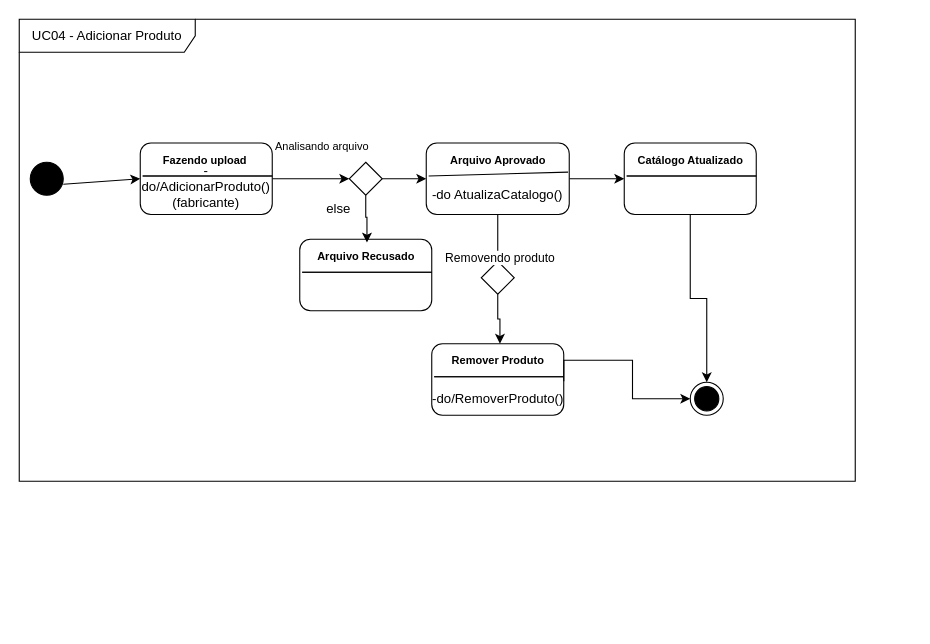
Before: DiagramaEstadoAdicionarProduto.drawio in PedroAP2/Projeto-EngenhariaDaComputacao, a draw.io diagram. Source tidied: cells renumbered, new cells numbered last; positions are measured from the earlier drawing's top-left corner, leaving out a move shared by most shapes. Both pictures are drawn from the tidied source at 110%, with x=0, y=0 at pixel (19, 19).
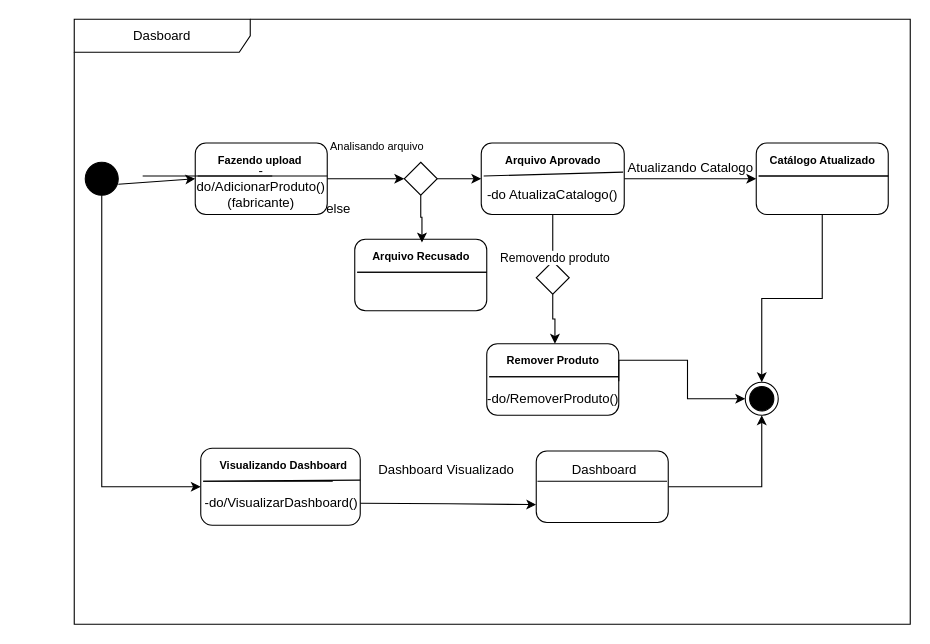
After the change.

Unchanged cells that the change refers to:
```xml
<mxCell id="3" style="ellipse;fillColor=strokeColor;html=1;" parent="2" vertex="1">
  <mxGeometry x="10" y="130" width="30" height="30" as="geometry" />
</mxCell>
<mxCell id="4" style="ellipse;html=1;shape=endState;fillColor=strokeColor;" parent="2" vertex="1">
  <mxGeometry x="610" y="330" width="30" height="30" as="geometry" />
</mxCell>
```

Diff of the diagram source:
```diff
@@
-    <mxCell id="2" value="UC04 - Adicionar Produto" style="shape=umlFrame;whiteSpace=wrap;html=1;width=160;" parent="1" vertex="1">
-      <mxGeometry width="760" height="420" as="geometry" />
+    <mxCell id="2" value="Dasboard" style="shape=umlFrame;whiteSpace=wrap;html=1;width=160;" parent="1" vertex="1">
+      <mxGeometry x="50" width="760" height="550" as="geometry" />
     </mxCell>
+    <mxCell id="38" style="edgeStyle=orthogonalEdgeStyle;rounded=0;jettySize=auto;html=1;exitX=0.5;exitY=1;exitDx=0;exitDy=0;entryX=0;entryY=0.5;entryDx=0;entryDy=0;" parent="2" edge="1" source="3" target="39">
+      <mxGeometry relative="1" as="geometry" />
+    </mxCell>
@@
     <mxCell id="23" style="rounded=1;whiteSpace=wrap;html=1;" parent="2" vertex="1">
-      <mxGeometry x="550" y="112.5" width="120" height="65" as="geometry" />
+      <mxGeometry x="620" y="112.5" width="120" height="65" as="geometry" />
     </mxCell>
     <mxCell id="24" style="endArrow=none;html=1;rounded=0;entryX=0.992;entryY=0.329;entryDx=0;entryDy=0;entryPerimeter=0;exitX=0.01;exitY=0.329;exitDx=0;exitDy=0;exitPerimeter=0;" parent="2" edge="1">
       <mxGeometry relative="1" as="geometry">
-        <mxPoint x="552.2" y="142.5" as="sourcePoint" />
-        <mxPoint x="670" y="142.5" as="targetPoint" />
+        <mxPoint x="622.2" y="142.5" as="sourcePoint" />
+        <mxPoint x="740" y="142.5" as="targetPoint" />
       </mxGeometry>
     </mxCell>
     <mxCell id="25" value="&lt;span style=&quot;font-size: 10px;&quot;&gt;&lt;b&gt;Catálogo Atualizado&lt;br&gt;&lt;/b&gt;&lt;/span&gt;" style="text;html=1;align=center;verticalAlign=middle;strokeColor=none;fillColor=none;" parent="2" vertex="1">
-      <mxGeometry x="550" y="112.5" width="120" height="30" as="geometry" />
+      <mxGeometry x="620" y="112.5" width="120" height="30" as="geometry" />
     </mxCell>
     <mxCell id="26" style="endArrow=none;html=1;rounded=0;entryX=0.992;entryY=0.329;entryDx=0;entryDy=0;entryPerimeter=0;exitX=0.01;exitY=0.329;exitDx=0;exitDy=0;exitPerimeter=0;" parent="2" edge="1">
       <mxGeometry relative="1" as="geometry">
-        <mxPoint x="552.2" y="142.5" as="sourcePoint" />
-        <mxPoint x="670" y="142.5" as="targetPoint" />
+        <mxPoint x="622.2" y="142.5" as="sourcePoint" />
+        <mxPoint x="740" y="142.5" as="targetPoint" />
       </mxGeometry>
     </mxCell>
@@
+    <mxCell id="39" style="rounded=1;whiteSpace=wrap;html=1;" parent="2" vertex="1">
+      <mxGeometry x="115" y="390" width="145" height="70" as="geometry" />
+    </mxCell>
+    <mxCell id="40" style="endArrow=none;html=1;rounded=0;entryX=0.992;entryY=0.329;entryDx=0;entryDy=0;entryPerimeter=0;exitX=0.01;exitY=0.329;exitDx=0;exitDy=0;exitPerimeter=0;" parent="2" edge="1">
+      <mxGeometry relative="1" as="geometry">
+        <mxPoint x="117.2" y="420" as="sourcePoint" />
+        <mxPoint x="235" y="420" as="targetPoint" />
+      </mxGeometry>
+    </mxCell>
+    <mxCell id="41" value="&lt;span style=&quot;font-size: 10px;&quot;&gt;&lt;b&gt;Visualizando Dashboard&lt;br&gt;&lt;/b&gt;&lt;/span&gt;" style="text;html=1;align=center;verticalAlign=middle;strokeColor=none;fillColor=none;" parent="2" vertex="1">
+      <mxGeometry x="120" y="390" width="140" height="30" as="geometry" />
+    </mxCell>
+    <mxCell id="42" style="endArrow=none;html=1;rounded=0;entryX=1;entryY=0.414;entryDx=0;entryDy=0;entryPerimeter=0;exitX=0.01;exitY=0.329;exitDx=0;exitDy=0;exitPerimeter=0;" parent="2" edge="1" target="39">
+      <mxGeometry relative="1" as="geometry">
+        <mxPoint x="117.2" y="420" as="sourcePoint" />
+      </mxGeometry>
+    </mxCell>
+    <mxCell id="43" style="edgeStyle=orthogonalEdgeStyle;rounded=0;jettySize=auto;html=1;entryX=0.5;entryY=1;entryDx=0;entryDy=0;" parent="2" edge="1" source="44" target="4">
+      <mxGeometry relative="1" as="geometry" />
+    </mxCell>
+    <mxCell id="44" style="rounded=1;whiteSpace=wrap;html=1;" parent="2" vertex="1">
+      <mxGeometry x="420" y="392.5" width="120" height="65" as="geometry" />
+    </mxCell>
+    <mxCell id="45" style="endArrow=none;html=1;rounded=0;entryX=0.992;entryY=0.329;entryDx=0;entryDy=0;entryPerimeter=0;exitX=0.01;exitY=0.329;exitDx=0;exitDy=0;exitPerimeter=0;" parent="2" edge="1">
+      <mxGeometry relative="1" as="geometry">
+        <mxPoint x="421.1" y="420" as="sourcePoint" />
+        <mxPoint x="538.9" y="420" as="targetPoint" />
+      </mxGeometry>
+    </mxCell>
+    <mxCell id="46" style="edgeStyle=orthogonalEdgeStyle;rounded=0;jettySize=auto;html=1;entryX=0;entryY=0.75;entryDx=0;entryDy=0;" parent="2" edge="1" target="44">
+      <mxGeometry relative="1" as="geometry">
+        <mxPoint x="260" y="440" as="sourcePoint" />
+      </mxGeometry>
+    </mxCell>
+    <mxCell id="47" value="-do/VisualizarDashboard()" style="text;html=1;align=center;verticalAlign=middle;strokeColor=none;fillColor=none;" parent="2" vertex="1">
+      <mxGeometry x="107.5" y="425" width="160" height="30" as="geometry" />
+    </mxCell>
+    <mxCell id="48" value="Dashboard Visualizado" style="text;html=1;align=center;verticalAlign=middle;strokeColor=none;fillColor=none;" parent="2" vertex="1">
+      <mxGeometry x="262.5" y="395" width="150" height="30" as="geometry" />
+    </mxCell>
+    <mxCell id="49" value="Atualizando Catalogo" style="text;html=1;align=center;verticalAlign=middle;strokeColor=none;fillColor=none;" parent="2" vertex="1">
+      <mxGeometry x="490" y="120" width="140" height="30" as="geometry" />
+    </mxCell>
+    <mxCell id="50" value="&lt;font style=&quot;font-size: 12px;&quot;&gt;&amp;nbsp; Dashboard&amp;nbsp;&lt;/font&gt;" style="text;html=1;align=center;verticalAlign=middle;strokeColor=none;fillColor=none;" parent="2" vertex="1">
+      <mxGeometry x="435" y="395" width="90" height="30" as="geometry" />
+    </mxCell>
```
